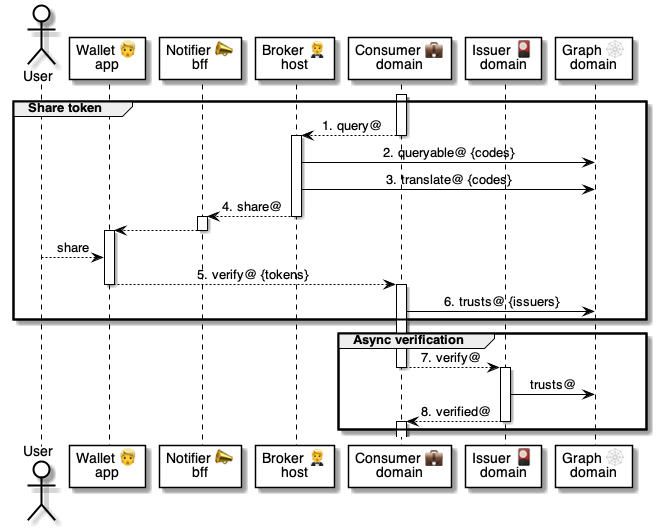
pollyweb-org/pollyweb-docs keeps this PlantUML diagram as 5 ⏩ Flows/04 💼⏩ Consumers/.📎 Assets/⚙️ Query Token.png. Above is the earlier version. Its source is kept beside it as 5 ⏩ Flows/04 💼⏩ Consumers/.📎 Assets/⚙️ Query Token.puml.
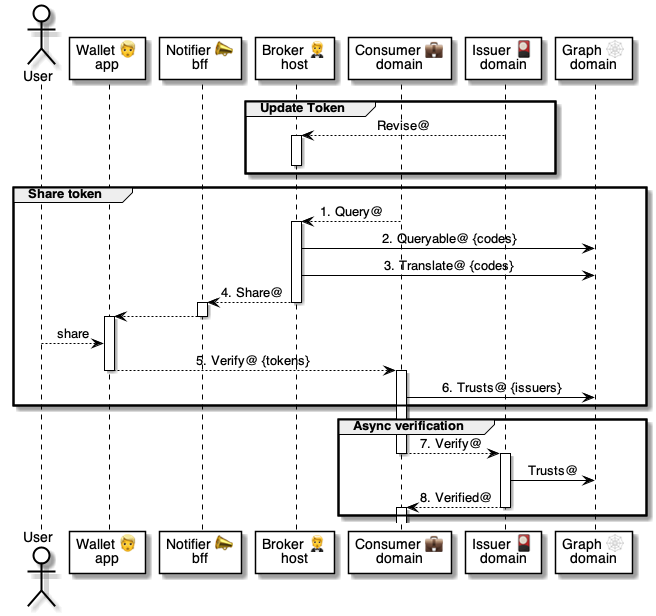
After the commit.

The edit, as a diff of the source:
```diff
@@ -10,17 +10,21 @@
 participant "Graph 🕸\ndomain" as graph
 
 
-activate consumer
+group Update Token
+    issuer --> broker: Revise@
+    activate broker
+    deactivate broker
+end group
+
 
 group Share token
 
-    consumer --> broker: 1. query@
-    deactivate consumer
+    consumer --> broker: 1. Query@
 
     activate broker
-        broker -> graph: 2. queryable@ {codes}
-        broker -> graph: 3. translate@ {codes}
-        broker --> notifier: 4. share@
+        broker -> graph: 2. Queryable@ {codes}
+        broker -> graph: 3. Translate@ {codes}
+        broker --> notifier: 4. Share@
     deactivate broker
 
     activate notifier
@@ -29,23 +33,23 @@
 
     activate wallet
         user --> wallet: share
-        wallet --> consumer: 5. verify@ {tokens}
+        wallet --> consumer: 5. Verify@ {tokens}
     deactivate wallet
 
     activate consumer
-        consumer -> graph: 6. trusts@ {issuers}
+        consumer -> graph: 6. Trusts@ {issuers}
 
 end group
 
 
 group Async verification
 
-    consumer --> issuer: 7. verify@
+    consumer --> issuer: 7. Verify@
     deactivate consumer
 
     activate issuer
-        issuer -> graph: trusts@
-        issuer --> consumer: 8. verified@
+        issuer -> graph: Trusts@
+        issuer --> consumer: 8. Verified@
     deactivate issuer
 
     activate consumer
```
